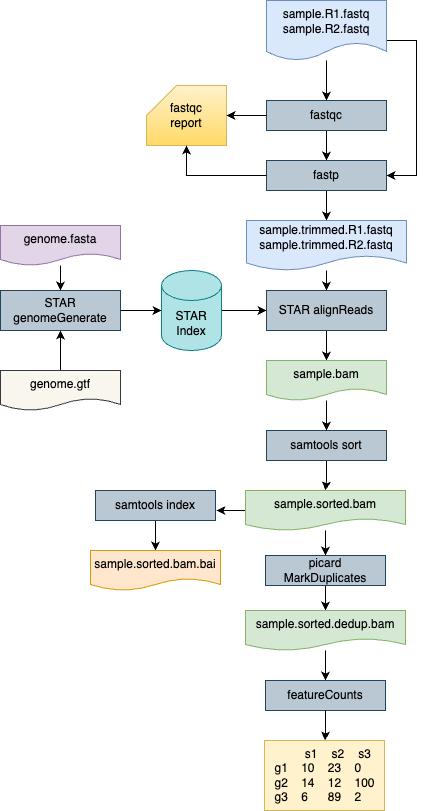
Before: figures/RNAseq.png, a diagram exported from draw.io (TriLab-bioinf/WORKSHOP2024_2). Source tidied: cells renumbered, new cells last; positions are measured from the earlier drawing's top-left corner, leaving out a move shared by most shapes.
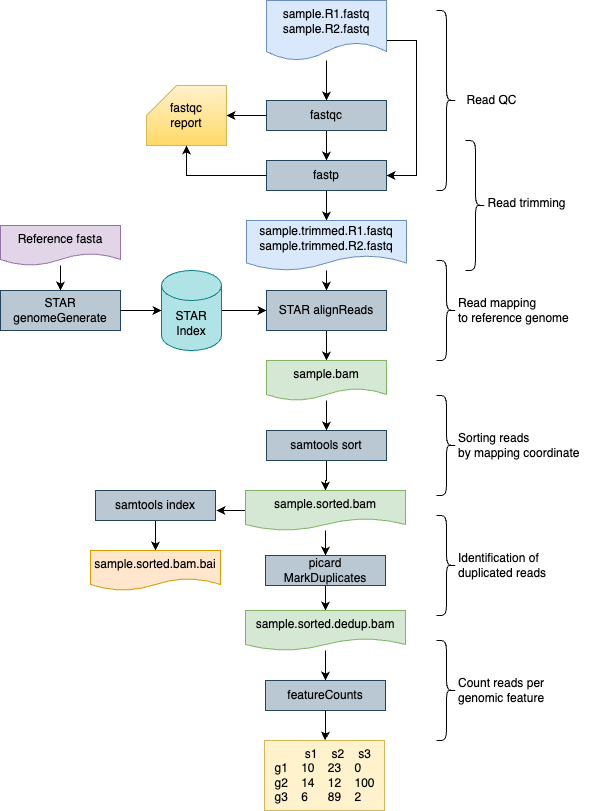
The same file after the commit.

What changed in the source:
```diff
@@ -55,7 +55,7 @@
     <mxCell id="17" style="edgeStyle=orthogonalEdgeStyle;rounded=0;jettySize=auto;html=1;entryX=0.5;entryY=0;entryDx=0;entryDy=0;" parent="1" edge="1" source="18" target="19">
       <mxGeometry relative="1" as="geometry" />
     </mxCell>
-    <mxCell id="18" value="genome.fasta" style="shape=document;whiteSpace=wrap;html=1;boundedLbl=1;fillColor=#e1d5e7;strokeColor=#9673a6;" parent="1" vertex="1">
+    <mxCell id="18" value="Reference fasta" style="shape=document;whiteSpace=wrap;html=1;boundedLbl=1;fillColor=#e1d5e7;strokeColor=#9673a6;" parent="1" vertex="1">
       <mxGeometry y="225" width="120" height="40" as="geometry" />
     </mxCell>
     <mxCell id="19" value="STAR genomeGenerate" style="rounded=0;whiteSpace=wrap;html=1;fillColor=#bac8d3;strokeColor=#23445d;" parent="1" vertex="1">
@@ -120,11 +120,41 @@
     <mxCell id="38" style="edgeStyle=orthogonalEdgeStyle;rounded=0;jettySize=auto;html=1;entryX=0.505;entryY=-0.001;entryDx=0;entryDy=0;entryPerimeter=0;" parent="1" edge="1" source="36" target="37">
       <mxGeometry relative="1" as="geometry" />
     </mxCell>
-    <mxCell id="39" style="edgeStyle=orthogonalEdgeStyle;rounded=0;jettySize=auto;html=1;entryX=0.5;entryY=1;entryDx=0;entryDy=0;" parent="1" edge="1" source="40" target="19">
-      <mxGeometry relative="1" as="geometry" />
-    </mxCell>
-    <mxCell id="40" value="genome.gtf" style="shape=document;whiteSpace=wrap;html=1;boundedLbl=1;fillColor=#f9f7ed;strokeColor=#36393d;" parent="1" vertex="1">
-      <mxGeometry y="370" width="120" height="40" as="geometry" />
-    </mxCell>
+    <mxCell id="41" style="shape=curlyBracket;whiteSpace=wrap;html=1;rounded=1;flipH=1;labelPosition=right;verticalLabelPosition=middle;align=left;verticalAlign=middle;" parent="1" vertex="1">
+      <mxGeometry x="436" y="10" width="20" height="180" as="geometry" />
+    </mxCell>
+    <mxCell id="42" value="Read QC" style="text;html=1;align=center;verticalAlign=middle;strokeColor=none;fillColor=none;" parent="1" vertex="1">
+      <mxGeometry x="456" y="85" width="70" height="30" as="geometry" />
+    </mxCell>
+    <mxCell id="43" style="shape=curlyBracket;whiteSpace=wrap;html=1;rounded=1;flipH=1;labelPosition=right;verticalLabelPosition=middle;align=left;verticalAlign=middle;" parent="1" vertex="1">
+      <mxGeometry x="465" y="140" width="20" height="130" as="geometry" />
+    </mxCell>
+    <mxCell id="44" value="Read trimming" style="text;html=1;align=center;verticalAlign=middle;strokeColor=none;fillColor=none;" parent="1" vertex="1">
+      <mxGeometry x="476" y="188" width="100" height="30" as="geometry" />
+    </mxCell>
+    <mxCell id="45" style="shape=curlyBracket;whiteSpace=wrap;html=1;rounded=1;flipH=1;labelPosition=right;verticalLabelPosition=middle;align=left;verticalAlign=middle;" parent="1" vertex="1">
+      <mxGeometry x="436" y="260" width="20" height="100" as="geometry" />
+    </mxCell>
+    <mxCell id="46" value="Read mapping&lt;div&gt;to reference genome&lt;/div&gt;" style="text;html=1;align=left;verticalAlign=middle;strokeColor=none;fillColor=none;" parent="1" vertex="1">
+      <mxGeometry x="456" y="290" width="130" height="40" as="geometry" />
+    </mxCell>
+    <mxCell id="47" style="shape=curlyBracket;whiteSpace=wrap;html=1;rounded=1;flipH=1;labelPosition=right;verticalLabelPosition=middle;align=left;verticalAlign=middle;" parent="1" vertex="1">
+      <mxGeometry x="436" y="395" width="20" height="100" as="geometry" />
+    </mxCell>
+    <mxCell id="48" value="Sorting reads&lt;div&gt;by mapping coordinate&lt;/div&gt;" style="text;html=1;align=left;verticalAlign=middle;strokeColor=none;fillColor=none;" parent="1" vertex="1">
+      <mxGeometry x="456" y="425" width="140" height="40" as="geometry" />
+    </mxCell>
+    <mxCell id="49" style="shape=curlyBracket;whiteSpace=wrap;html=1;rounded=1;flipH=1;labelPosition=right;verticalLabelPosition=middle;align=left;verticalAlign=middle;" parent="1" vertex="1">
+      <mxGeometry x="436" y="515" width="20" height="100" as="geometry" />
+    </mxCell>
+    <mxCell id="50" value="Identification of&lt;div&gt;duplicated reads&lt;/div&gt;" style="text;html=1;align=left;verticalAlign=middle;strokeColor=none;fillColor=none;" parent="1" vertex="1">
+      <mxGeometry x="456" y="545" width="110" height="40" as="geometry" />
+    </mxCell>
+    <mxCell id="51" style="shape=curlyBracket;whiteSpace=wrap;html=1;rounded=1;flipH=1;labelPosition=right;verticalLabelPosition=middle;align=left;verticalAlign=middle;" parent="1" vertex="1">
+      <mxGeometry x="436" y="640" width="20" height="100" as="geometry" />
+    </mxCell>
+    <mxCell id="52" value="Count reads per&lt;div&gt;genomic feature&lt;/div&gt;" style="text;html=1;align=left;verticalAlign=middle;strokeColor=none;fillColor=none;" parent="1" vertex="1">
+      <mxGeometry x="456" y="670" width="110" height="40" as="geometry" />
+    </mxCell>
   </root>
 </mxGraphModel>
```
